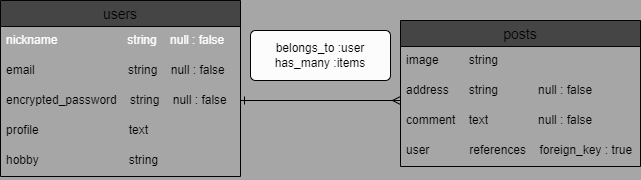
The draw.io diagram map_memo_app.drawio.png in CielSA0512/memo_map_app, before a commit. Source tidied: cells renumbered, new cells last; positions are measured from the earlier drawing's top-left corner, leaving out a move shared by most shapes.
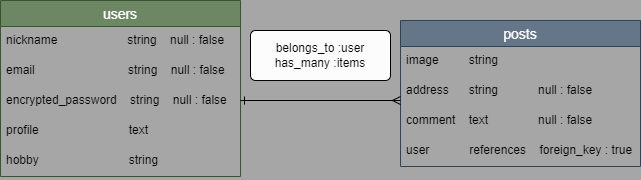
After the commit.

The edit, as a diff of the source:
```diff
@@ -2,13 +2,13 @@
   <root>
     <mxCell id="0" />
     <mxCell id="1" parent="0" />
-    <mxCell id="2" value="users" style="swimlane;fontStyle=0;horizontal=1;startSize=26;align=center;fontSize=14;strokeColor=#030303;fillColor=#454545;" parent="1" vertex="1">
+    <mxCell id="2" value="users" style="swimlane;fontStyle=0;horizontal=1;startSize=26;align=center;fontSize=14;strokeColor=#3A5431;fillColor=#6d8764;fontColor=#ffffff;" parent="1" vertex="1">
       <mxGeometry width="240" height="176" as="geometry" />
     </mxCell>
-    <mxCell id="3" value="nickname                     string    null : false    " style="text;strokeColor=none;fillColor=none;spacingLeft=4;spacingRight=4;overflow=hidden;fontSize=12;fontColor=#FCFCFC;" parent="2" vertex="1">
+    <mxCell id="3" value="nickname                     string    null : false" style="text;strokeColor=none;fillColor=none;spacingLeft=4;spacingRight=4;overflow=hidden;fontSize=12;" parent="2" vertex="1">
       <mxGeometry y="26" width="240" height="30" as="geometry" />
     </mxCell>
-    <mxCell id="4" value="email                            string    null : false" style="text;strokeColor=none;fillColor=none;spacingLeft=4;spacingRight=4;overflow=hidden;fontSize=12;" parent="2" vertex="1">
+    <mxCell id="4" value="email                            string    null : false" style="text;strokeColor=none;fillColor=none;spacingLeft=4;spacingRight=4;overflow=hidden;fontSize=12;labelBackgroundColor=none;" parent="2" vertex="1">
       <mxGeometry y="56" width="240" height="30" as="geometry" />
     </mxCell>
     <mxCell id="5" value="encrypted_password    string    null : false" style="text;strokeColor=none;fillColor=none;spacingLeft=4;spacingRight=4;overflow=hidden;fontSize=12;" parent="2" vertex="1">
@@ -20,7 +20,7 @@
     <mxCell id="7" value="hobby                           string" style="text;strokeColor=none;fillColor=none;spacingLeft=4;spacingRight=4;overflow=hidden;fontSize=12;" parent="2" vertex="1">
       <mxGeometry y="146" width="240" height="30" as="geometry" />
     </mxCell>
-    <mxCell id="8" value="posts" style="swimlane;fontStyle=0;horizontal=1;startSize=26;align=center;fontSize=14;strokeColor=#030303;fillColor=#454545;" parent="1" vertex="1">
+    <mxCell id="8" value="posts" style="swimlane;fontStyle=0;horizontal=1;startSize=26;align=center;fontSize=14;strokeColor=#314354;fillColor=#647687;fontColor=#ffffff;" parent="1" vertex="1">
       <mxGeometry x="400" y="20" width="240" height="146" as="geometry" />
     </mxCell>
     <mxCell id="9" value="image         string    " style="text;strokeColor=none;fillColor=none;spacingLeft=4;spacingRight=4;overflow=hidden;fontSize=12;" parent="8" vertex="1">
```
